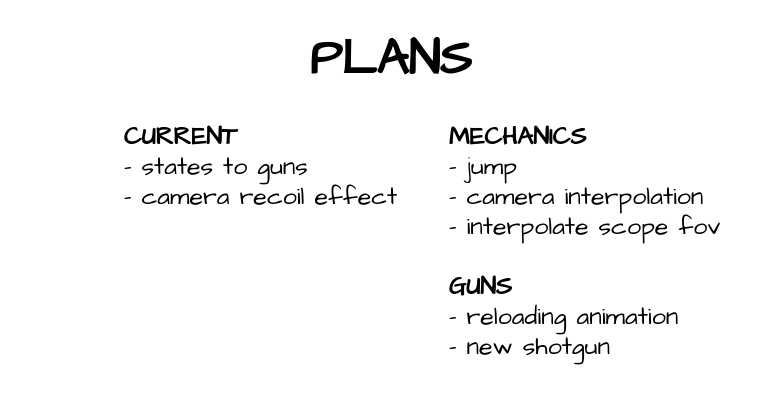
Above: plans.drawio in HasChad/bevy-shooting-range (draw.io), before the change. Source tidied: cells renumbered, new cells numbered last; positions are measured from the earlier drawing's top-left corner, leaving out a move shared by most shapes. Both pictures are drawn from the tidied source at 125%, with x=0, y=0 at pixel (121, 21).
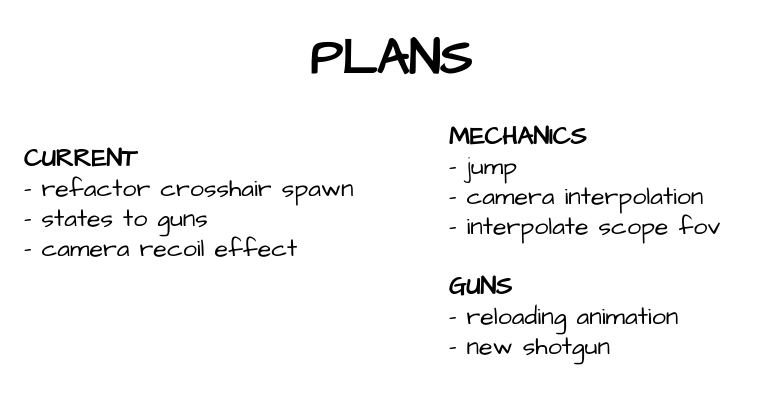
Above is the later version.

Commit message (it also covers changes not shown here):
- added camera shake and recoil - made right click scope smoother - disabled enemy_target and enemy_target_hostage for now - added circle target hit counter

Diff of the diagram source:
```diff
@@
 <mxGraphModel>
   <root>
     <mxCell id="0" />
     <mxCell id="1" parent="0" />
     <mxCell id="2" value="&lt;b&gt;MECHANICS&lt;/b&gt;&lt;br&gt;- jump&lt;br&gt;- camera interpolation&lt;br&gt;- interpolate scope fov&lt;br&gt;&lt;br&gt;&lt;b&gt;GUNS&lt;br&gt;&lt;/b&gt;- reloading animation&lt;br&gt;- new shotgun" style="text;html=1;align=left;verticalAlign=middle;strokeColor=none;fillColor=none;fontSize=20;fontFamily=Architects Daughter;sketch=1;hachureGap=4;jiggle=2;curveFitting=1;" parent="1" vertex="1">
       <mxGeometry x="260" y="70" width="240" height="210" as="geometry" />
     </mxCell>
-    <mxCell id="3" value="&lt;b&gt;CURRENT&lt;/b&gt;&lt;br&gt;- states to guns&lt;br&gt;- camera recoil effect" style="text;html=1;align=left;verticalAlign=middle;strokeColor=none;fillColor=none;fontSize=20;fontFamily=Architects Daughter;sketch=1;hachureGap=4;jiggle=2;curveFitting=1;" parent="1" vertex="1">
-      <mxGeometry y="70" width="240" height="90" as="geometry" />
+    <mxCell id="3" value="&lt;b&gt;CURRENT&lt;/b&gt;&lt;br&gt;- refactor crosshair spawn&lt;br&gt;- states to guns&lt;br&gt;- camera recoil effect" style="text;html=1;align=left;verticalAlign=middle;strokeColor=none;fillColor=none;fontSize=20;fontFamily=Architects Daughter;sketch=1;hachureGap=4;jiggle=2;curveFitting=1;" parent="1" vertex="1">
+      <mxGeometry x="-80" y="90" width="290" height="110" as="geometry" />
     </mxCell>
     <mxCell id="4" value="&lt;b&gt;&lt;font style=&quot;font-size: 40px;&quot;&gt;PLANS&lt;/font&gt;&lt;/b&gt;" style="text;html=1;align=center;verticalAlign=middle;strokeColor=none;fillColor=none;fontSize=20;fontFamily=Architects Daughter;sketch=1;hachureGap=4;jiggle=2;curveFitting=1;" parent="1" vertex="1">
       <mxGeometry x="140" width="150" height="60" as="geometry" />
     </mxCell>
   </root>
 </mxGraphModel>
```
